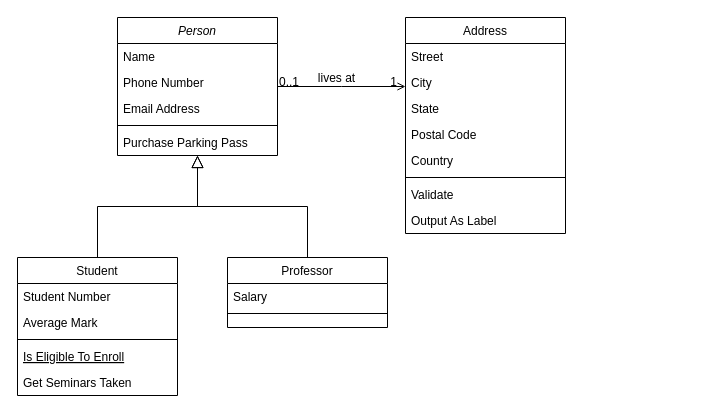
Before: Jardineiro.drawio in brito-bernardo/database-modeling, a draw.io diagram. Source tidied: cells renumbered, new cells numbered last; positions are measured from the earlier drawing's top-left corner, leaving out a move shared by most shapes. Both pictures are drawn from the tidied source at 100%, with x=0, y=0 at pixel (17, 17).
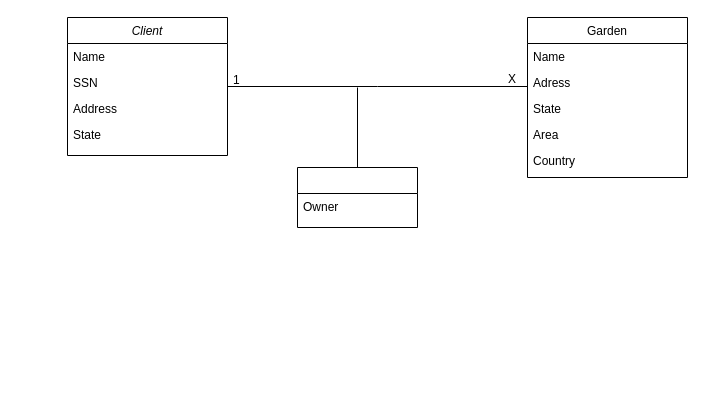
After the change.

The edit, as a diff of the source:
```diff
@@
-    <mxCell id="2" value="Person" style="swimlane;fontStyle=2;align=center;verticalAlign=top;horizontal=1;startSize=26;rounded=0;shadow=0;strokeWidth=1;" parent="1" vertex="1">
-      <mxGeometry x="100" width="160" height="138" as="geometry" />
+    <mxCell id="2" value="Client" style="swimlane;fontStyle=2;align=center;verticalAlign=top;horizontal=1;startSize=26;rounded=0;shadow=0;strokeWidth=1;" parent="1" vertex="1">
+      <mxGeometry x="50" width="160" height="138" as="geometry" />
     </mxCell>
@@
-    <mxCell id="4" value="Phone Number" style="text;align=left;verticalAlign=top;spacingLeft=4;spacingRight=4;overflow=hidden;rounded=0;shadow=0;html=0;" parent="2" vertex="1">
+    <mxCell id="4" value="SSN" style="text;align=left;verticalAlign=top;spacingLeft=4;spacingRight=4;overflow=hidden;rounded=0;shadow=0;html=0;" parent="2" vertex="1">
       <mxGeometry y="52" width="160" height="26" as="geometry" />
     </mxCell>
-    <mxCell id="5" value="Email Address" style="text;align=left;verticalAlign=top;spacingLeft=4;spacingRight=4;overflow=hidden;rounded=0;shadow=0;html=0;" parent="2" vertex="1">
+    <mxCell id="5" value="Address" style="text;align=left;verticalAlign=top;spacingLeft=4;spacingRight=4;overflow=hidden;rounded=0;shadow=0;html=0;" parent="2" vertex="1">
       <mxGeometry y="78" width="160" height="26" as="geometry" />
     </mxCell>
-    <mxCell id="6" style="line;html=1;strokeWidth=1;align=left;verticalAlign=middle;spacingTop=-1;spacingLeft=3;spacingRight=3;labelPosition=right;" parent="2" vertex="1">
-      <mxGeometry y="104" width="160" height="8" as="geometry" />
-    </mxCell>
-    <mxCell id="7" value="Purchase Parking Pass" style="text;align=left;verticalAlign=top;spacingLeft=4;spacingRight=4;overflow=hidden;" parent="2" vertex="1">
-      <mxGeometry y="112" width="160" height="26" as="geometry" />
+    <mxCell id="7" value="State" style="text;align=left;verticalAlign=top;spacingLeft=4;spacingRight=4;overflow=hidden;" parent="2" vertex="1">
+      <mxGeometry y="104" width="160" height="26" as="geometry" />
     </mxCell>
-    <mxCell id="8" value="Student" style="swimlane;fontStyle=0;align=center;verticalAlign=top;horizontal=1;startSize=26;rounded=0;shadow=0;strokeWidth=1;" parent="1" vertex="1">
-      <mxGeometry y="240" width="160" height="138" as="geometry" />
-    </mxCell>
-    <mxCell id="9" value="Student Number" style="text;align=left;verticalAlign=top;spacingLeft=4;spacingRight=4;overflow=hidden;" parent="8" vertex="1">
-      <mxGeometry y="26" width="160" height="26" as="geometry" />
-    </mxCell>
-    <mxCell id="10" value="Average Mark" style="text;align=left;verticalAlign=top;spacingLeft=4;spacingRight=4;overflow=hidden;rounded=0;shadow=0;html=0;" parent="8" vertex="1">
-      <mxGeometry y="52" width="160" height="26" as="geometry" />
-    </mxCell>
-    <mxCell id="11" style="line;html=1;strokeWidth=1;align=left;verticalAlign=middle;spacingTop=-1;spacingLeft=3;spacingRight=3;labelPosition=right;" parent="8" vertex="1">
-      <mxGeometry y="78" width="160" height="8" as="geometry" />
-    </mxCell>
-    <mxCell id="12" value="Is Eligible To Enroll" style="text;align=left;verticalAlign=top;spacingLeft=4;spacingRight=4;overflow=hidden;fontStyle=4;" parent="8" vertex="1">
-      <mxGeometry y="86" width="160" height="26" as="geometry" />
-    </mxCell>
-    <mxCell id="13" value="Get Seminars Taken" style="text;align=left;verticalAlign=top;spacingLeft=4;spacingRight=4;overflow=hidden;" parent="8" vertex="1">
-      <mxGeometry y="112" width="160" height="26" as="geometry" />
-    </mxCell>
-    <mxCell id="14" style="endArrow=block;endSize=10;endFill=0;shadow=0;strokeWidth=1;rounded=0;edgeStyle=elbowEdgeStyle;elbow=vertical;" parent="1" edge="1" source="8" target="2">
-      <mxGeometry relative="1" as="geometry" />
-    </mxCell>
+    <mxCell id="32" style="edgeStyle=orthogonalEdgeStyle;rounded=0;jettySize=auto;html=1;endArrow=none;endFill=0;" parent="1" edge="1" source="15">
+      <mxGeometry relative="1" as="geometry">
+        <mxPoint x="340" y="70" as="targetPoint" />
+      </mxGeometry>
+    </mxCell>
-    <mxCell id="15" value="Professor" style="swimlane;fontStyle=0;align=center;verticalAlign=top;horizontal=1;startSize=26;rounded=0;shadow=0;strokeWidth=1;" parent="1" vertex="1">
-      <mxGeometry x="210" y="240" width="160" height="70" as="geometry" />
+    <mxCell id="15" style="swimlane;fontStyle=0;align=center;verticalAlign=top;horizontal=1;startSize=26;rounded=0;shadow=0;strokeWidth=1;" parent="1" vertex="1">
+      <mxGeometry x="280" y="150" width="120" height="60" as="geometry" />
     </mxCell>
-    <mxCell id="16" value="Salary" style="text;align=left;verticalAlign=top;spacingLeft=4;spacingRight=4;overflow=hidden;" parent="15" vertex="1">
-      <mxGeometry y="26" width="160" height="26" as="geometry" />
+    <mxCell id="16" value="Owner" style="text;align=left;verticalAlign=top;spacingLeft=4;spacingRight=4;overflow=hidden;" parent="15" vertex="1">
+      <mxGeometry y="26" width="120" height="26" as="geometry" />
     </mxCell>
-    <mxCell id="17" style="line;html=1;strokeWidth=1;align=left;verticalAlign=middle;spacingTop=-1;spacingLeft=3;spacingRight=3;labelPosition=right;" parent="15" vertex="1">
-      <mxGeometry y="52" width="160" height="8" as="geometry" />
-    </mxCell>
-    <mxCell id="18" style="endArrow=block;endSize=10;endFill=0;shadow=0;strokeWidth=1;rounded=0;edgeStyle=elbowEdgeStyle;elbow=vertical;" parent="1" edge="1" source="15" target="2">
-      <mxGeometry relative="1" as="geometry" />
-    </mxCell>
-    <mxCell id="19" value="Address" style="swimlane;fontStyle=0;align=center;verticalAlign=top;horizontal=1;startSize=26;rounded=0;shadow=0;strokeWidth=1;" parent="1" vertex="1">
-      <mxGeometry x="388" width="160" height="216" as="geometry" />
+    <mxCell id="19" value="Garden" style="swimlane;fontStyle=0;align=center;verticalAlign=top;horizontal=1;startSize=26;rounded=0;shadow=0;strokeWidth=1;" parent="1" vertex="1">
+      <mxGeometry x="510" width="160" height="160" as="geometry" />
     </mxCell>
-    <mxCell id="20" value="Street" style="text;align=left;verticalAlign=top;spacingLeft=4;spacingRight=4;overflow=hidden;" parent="19" vertex="1">
+    <mxCell id="20" value="Name" style="text;align=left;verticalAlign=top;spacingLeft=4;spacingRight=4;overflow=hidden;" parent="19" vertex="1">
       <mxGeometry y="26" width="160" height="26" as="geometry" />
     </mxCell>
-    <mxCell id="21" value="City" style="text;align=left;verticalAlign=top;spacingLeft=4;spacingRight=4;overflow=hidden;rounded=0;shadow=0;html=0;" parent="19" vertex="1">
+    <mxCell id="21" value="Adress" style="text;align=left;verticalAlign=top;spacingLeft=4;spacingRight=4;overflow=hidden;rounded=0;shadow=0;html=0;" parent="19" vertex="1">
       <mxGeometry y="52" width="160" height="26" as="geometry" />
     </mxCell>
@@
-    <mxCell id="23" value="Postal Code" style="text;align=left;verticalAlign=top;spacingLeft=4;spacingRight=4;overflow=hidden;rounded=0;shadow=0;html=0;" parent="19" vertex="1">
+    <mxCell id="23" value="Area" style="text;align=left;verticalAlign=top;spacingLeft=4;spacingRight=4;overflow=hidden;rounded=0;shadow=0;html=0;" parent="19" vertex="1">
       <mxGeometry y="104" width="160" height="26" as="geometry" />
     </mxCell>
@@
-    <mxCell id="25" style="line;html=1;strokeWidth=1;align=left;verticalAlign=middle;spacingTop=-1;spacingLeft=3;spacingRight=3;labelPosition=right;" parent="19" vertex="1">
-      <mxGeometry y="156" width="160" height="8" as="geometry" />
-    </mxCell>
-    <mxCell id="26" value="Validate" style="text;align=left;verticalAlign=top;spacingLeft=4;spacingRight=4;overflow=hidden;" parent="19" vertex="1">
-      <mxGeometry y="164" width="160" height="26" as="geometry" />
-    </mxCell>
-    <mxCell id="27" value="Output As Label" style="text;align=left;verticalAlign=top;spacingLeft=4;spacingRight=4;overflow=hidden;" parent="19" vertex="1">
-      <mxGeometry y="190" width="160" height="26" as="geometry" />
-    </mxCell>
-    <mxCell id="28" style="endArrow=open;shadow=0;strokeWidth=1;rounded=0;endFill=1;edgeStyle=elbowEdgeStyle;elbow=vertical;" parent="1" edge="1" source="2" target="19">
+    <mxCell id="28" style="endArrow=none;shadow=0;strokeWidth=1;rounded=0;endFill=0;edgeStyle=elbowEdgeStyle;elbow=vertical;" parent="1" edge="1" source="2" target="19">
       <mxGeometry x="0.5" y="41" relative="1" as="geometry">
         <mxPoint x="-40" y="32" as="offset" />
       </mxGeometry>
     </mxCell>
-    <mxCell id="29" value="0..1" style="align=left;verticalAlign=bottom;labelBackgroundColor=none;fontSize=12;" parent="28" vertex="1">
+    <mxCell id="29" value="1" style="align=left;verticalAlign=bottom;labelBackgroundColor=none;fontSize=12;" parent="28" vertex="1">
       <mxGeometry x="-1" relative="1" as="geometry">
-        <mxPoint y="4" as="offset" />
+        <mxPoint x="4" y="2" as="offset" />
       </mxGeometry>
     </mxCell>
-    <mxCell id="30" value="1" style="align=right;verticalAlign=bottom;labelBackgroundColor=none;fontSize=12;" parent="28" vertex="1">
+    <mxCell id="30" value="X" style="align=right;verticalAlign=bottom;labelBackgroundColor=none;fontSize=12;" parent="28" vertex="1">
       <mxGeometry x="1" relative="1" as="geometry">
-        <mxPoint x="-7" y="4" as="offset" />
+        <mxPoint x="-10" y="1" as="offset" />
       </mxGeometry>
     </mxCell>
-    <mxCell id="31" value="lives at" style="text;html=1;align=center;verticalAlign=middle;labelBackgroundColor=none;rounded=0;shadow=0;strokeWidth=1;fontSize=12;" parent="28" vertex="1">
-      <mxGeometry x="0.5" y="49" relative="1" as="geometry">
-        <mxPoint x="-38" y="40" as="offset" />
-      </mxGeometry>
-    </mxCell>
```
